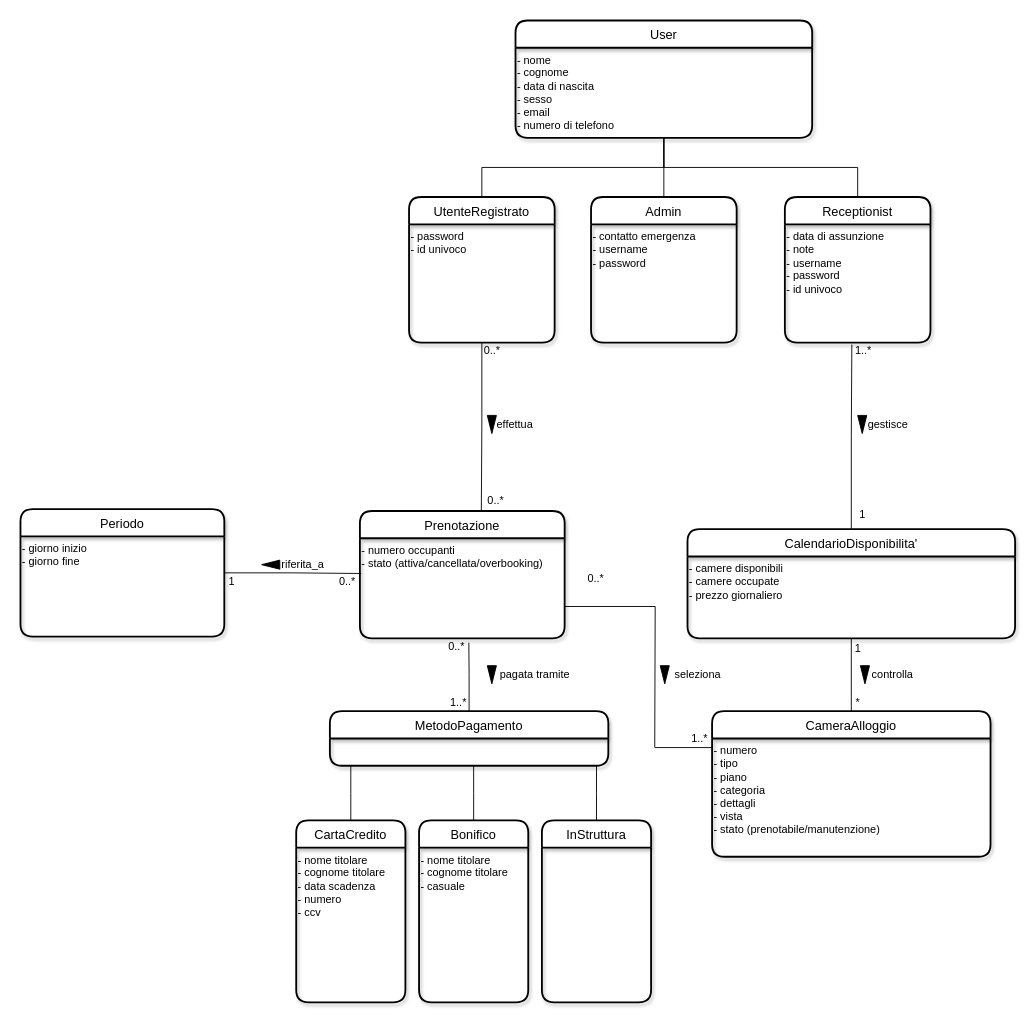
Before: Documentazione/ModelloConcettuale3.drawio in riccardobeniamino/ProgWebGruppo3, a draw.io diagram. Source tidied: cells renumbered, new cells numbered last; positions are measured from the earlier drawing's top-left corner, leaving out a move shared by most shapes. Both pictures are drawn from the tidied source at 91%, with x=0, y=0 at pixel (20, 20).
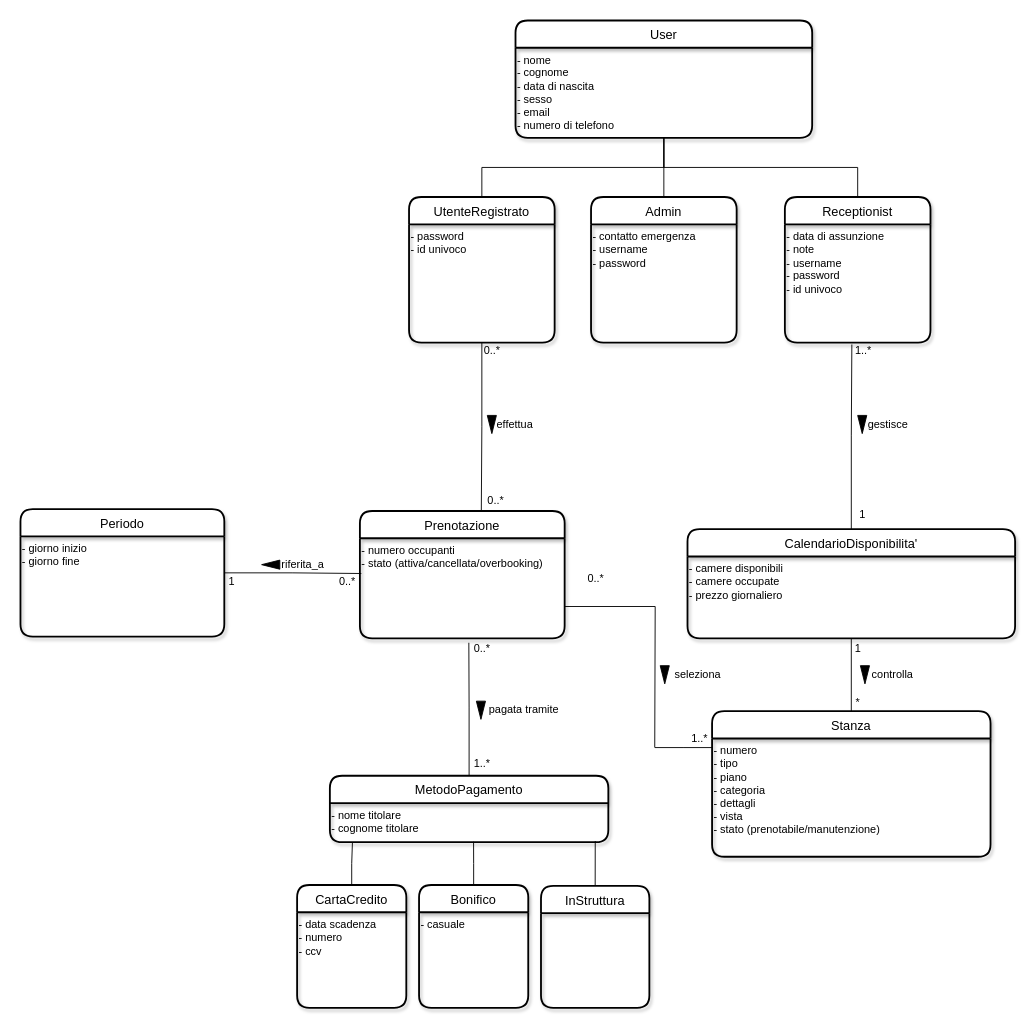
The same page after the edit.

What changed in the source:
```diff
@@
-    <mxCell id="12" value="CameraAlloggio" style="swimlane;horizontal=1;startSize=30;rounded=1;fontSize=14;fontStyle=0;strokeWidth=2;shadow=1;dashed=0;align=center;gradientColor=none;" parent="1" vertex="1">
+    <mxCell id="12" value="Stanza" style="swimlane;horizontal=1;startSize=30;rounded=1;fontSize=14;fontStyle=0;strokeWidth=2;shadow=1;dashed=0;align=center;gradientColor=none;" parent="1" vertex="1">
       <mxGeometry x="760" y="759" width="306" height="160" as="geometry" />
     </mxCell>
@@
     <mxCell id="24" value="MetodoPagamento" style="swimlane;horizontal=1;startSize=30;rounded=1;fontSize=14;fontStyle=0;strokeWidth=2;shadow=1;dashed=0;align=center;gradientColor=none;" parent="1" vertex="1">
-      <mxGeometry x="340" y="759" width="306" height="60" as="geometry" />
+      <mxGeometry x="340" y="830" width="306" height="73" as="geometry" />
     </mxCell>
-    <mxCell id="25" style="edgeStyle=orthogonalEdgeStyle;rounded=0;jettySize=auto;html=1;exitX=0.5;exitY=0;exitDx=0;exitDy=0;endArrow=none;endFill=0;" parent="1" edge="1" source="26">
-      <mxGeometry relative="1" as="geometry">
-        <mxPoint x="363" y="819" as="targetPoint" />
-      </mxGeometry>
-    </mxCell>
+    <mxCell id="61" value="- nome titolare&lt;br&gt;- cognome titolare&lt;br&gt;" style="text;html=1;align=left;verticalAlign=top;points=[];strokeColor=none;fillColor=none;" parent="24" vertex="1">
+      <mxGeometry y="30" width="306" height="43" as="geometry" />
+    </mxCell>
+    <mxCell id="62" style="edgeStyle=orthogonalEdgeStyle;rounded=0;jettySize=auto;html=1;exitX=0.5;exitY=0;exitDx=0;exitDy=0;entryX=0.081;entryY=1.007;entryDx=0;entryDy=0;entryPerimeter=0;endArrow=none;endFill=0;" parent="1" edge="1" source="26" target="61">
+      <mxGeometry relative="1" as="geometry" />
+    </mxCell>
     <mxCell id="26" value="CartaCredito" style="swimlane;horizontal=1;startSize=30;rounded=1;fontSize=14;fontStyle=0;strokeWidth=2;shadow=1;dashed=0;align=center;gradientColor=none;" parent="1" vertex="1">
-      <mxGeometry x="303" y="879" width="120" height="200" as="geometry" />
+      <mxGeometry x="304" y="950" width="120" height="135" as="geometry" />
     </mxCell>
-    <mxCell id="27" value="- nome titolare&lt;br&gt;- cognome titolare&lt;br&gt;- data scadenza&lt;br&gt;- numero&lt;br&gt;&lt;div&gt;&lt;span&gt;- ccv&lt;/span&gt;&lt;/div&gt;" style="text;html=1;align=left;verticalAlign=top;strokeColor=none;fillColor=none;" parent="26" vertex="1">
-      <mxGeometry y="30" width="120" height="170" as="geometry" />
+    <mxCell id="27" value="- data scadenza&lt;br&gt;- numero&lt;br&gt;&lt;div&gt;&lt;span&gt;- ccv&lt;/span&gt;&lt;/div&gt;" style="text;html=1;align=left;verticalAlign=top;strokeColor=none;fillColor=none;" parent="26" vertex="1">
+      <mxGeometry y="30" width="120" height="105" as="geometry" />
     </mxCell>
-    <mxCell id="28" style="edgeStyle=orthogonalEdgeStyle;rounded=0;jettySize=auto;html=1;exitX=0.5;exitY=0;exitDx=0;exitDy=0;endArrow=none;endFill=0;" parent="1" edge="1" source="29">
-      <mxGeometry relative="1" as="geometry">
-        <mxPoint x="498" y="819" as="targetPoint" />
-      </mxGeometry>
-    </mxCell>
+    <mxCell id="63" style="edgeStyle=orthogonalEdgeStyle;rounded=0;jettySize=auto;html=1;exitX=0.5;exitY=0;exitDx=0;exitDy=0;entryX=0.516;entryY=0.988;entryDx=0;entryDy=0;entryPerimeter=0;endArrow=none;endFill=0;" parent="1" edge="1" source="29" target="61">
+      <mxGeometry relative="1" as="geometry" />
+    </mxCell>
     <mxCell id="29" value="Bonifico" style="swimlane;horizontal=1;startSize=30;rounded=1;fontSize=14;fontStyle=0;strokeWidth=2;shadow=1;dashed=0;align=center;gradientColor=none;" parent="1" vertex="1">
-      <mxGeometry x="438" y="879" width="120" height="200" as="geometry" />
+      <mxGeometry x="438" y="950" width="120" height="135" as="geometry" />
     </mxCell>
-    <mxCell id="30" value="- nome titolare&lt;br&gt;- cognome titolare&lt;br&gt;- casuale" style="text;html=1;align=left;verticalAlign=top;strokeColor=none;fillColor=none;" parent="29" vertex="1">
-      <mxGeometry y="30" width="120" height="170" as="geometry" />
+    <mxCell id="30" value="- casuale" style="text;html=1;align=left;verticalAlign=top;strokeColor=none;fillColor=none;" parent="29" vertex="1">
+      <mxGeometry y="30" width="120" height="105" as="geometry" />
     </mxCell>
-    <mxCell id="31" style="edgeStyle=orthogonalEdgeStyle;rounded=0;jettySize=auto;html=1;exitX=0.5;exitY=0;exitDx=0;exitDy=0;endArrow=none;endFill=0;" parent="1" edge="1" source="32">
-      <mxGeometry relative="1" as="geometry">
-        <mxPoint x="633" y="819" as="targetPoint" />
-      </mxGeometry>
-    </mxCell>
+    <mxCell id="64" style="edgeStyle=orthogonalEdgeStyle;rounded=0;jettySize=auto;html=1;exitX=0.5;exitY=0;exitDx=0;exitDy=0;entryX=0.953;entryY=0.97;entryDx=0;entryDy=0;entryPerimeter=0;endArrow=none;endFill=0;" parent="1" edge="1" source="32" target="61">
+      <mxGeometry relative="1" as="geometry" />
+    </mxCell>
     <mxCell id="32" value="InStruttura" style="swimlane;horizontal=1;startSize=30;rounded=1;fontSize=14;fontStyle=0;strokeWidth=2;shadow=1;dashed=0;align=center;gradientColor=none;" parent="1" vertex="1">
-      <mxGeometry x="573" y="879" width="120" height="200" as="geometry" />
+      <mxGeometry x="572" y="951" width="119.1" height="134" as="geometry" />
     </mxCell>
@@
     <mxCell id="35" style="triangle;whiteSpace=wrap;html=1;direction=south;fillColor=#000000;" parent="1" vertex="1">
-      <mxGeometry x="513" y="709" width="10" height="20" as="geometry" />
+      <mxGeometry x="501" y="748" width="10" height="20" as="geometry" />
     </mxCell>
     <mxCell id="36" value="pagata tramite" style="text;html=1;align=center;verticalAlign=middle;strokeColor=none;fillColor=none;" parent="1" vertex="1">
-      <mxGeometry x="520" y="709" width="90" height="20" as="geometry" />
+      <mxGeometry x="508" y="748" width="90" height="20" as="geometry" />
     </mxCell>
@@
     <mxCell id="45" value="0..*" style="text;html=1;align=center;verticalAlign=middle;strokeColor=none;fillColor=none;" parent="1" vertex="1">
-      <mxGeometry x="465" y="679" width="28" height="18" as="geometry" />
+      <mxGeometry x="493" y="681" width="28" height="18" as="geometry" />
     </mxCell>
     <mxCell id="46" value="1..*" style="text;html=1;align=center;verticalAlign=middle;strokeColor=none;fillColor=none;" parent="1" vertex="1">
-      <mxGeometry x="467" y="741" width="28" height="18" as="geometry" />
+      <mxGeometry x="493" y="808" width="28" height="18" as="geometry" />
     </mxCell>
```
